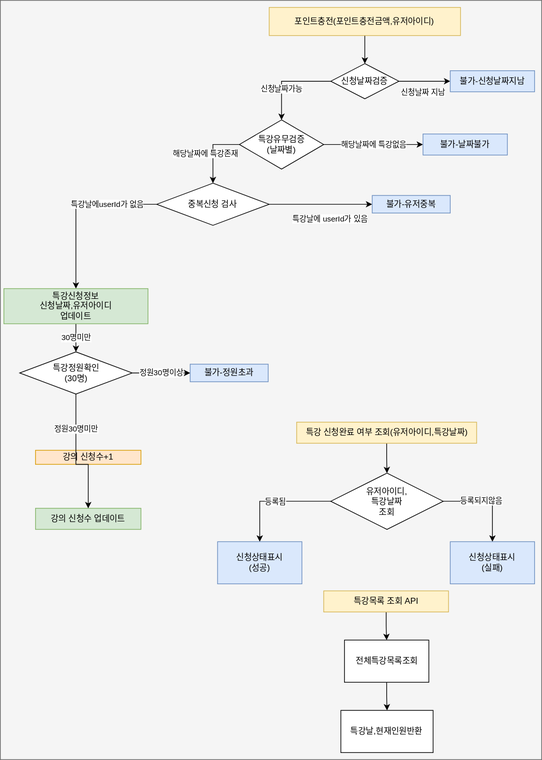
Earlier version of the draw.io export src/main/java/com/cdy/ecommerce/document/diagram/2.service-flow.svg (kabalport/ecommerce). Source tidied: cells renumbered, new cells last; positions are measured from the earlier drawing's top-left corner, leaving out a move shared by most shapes.
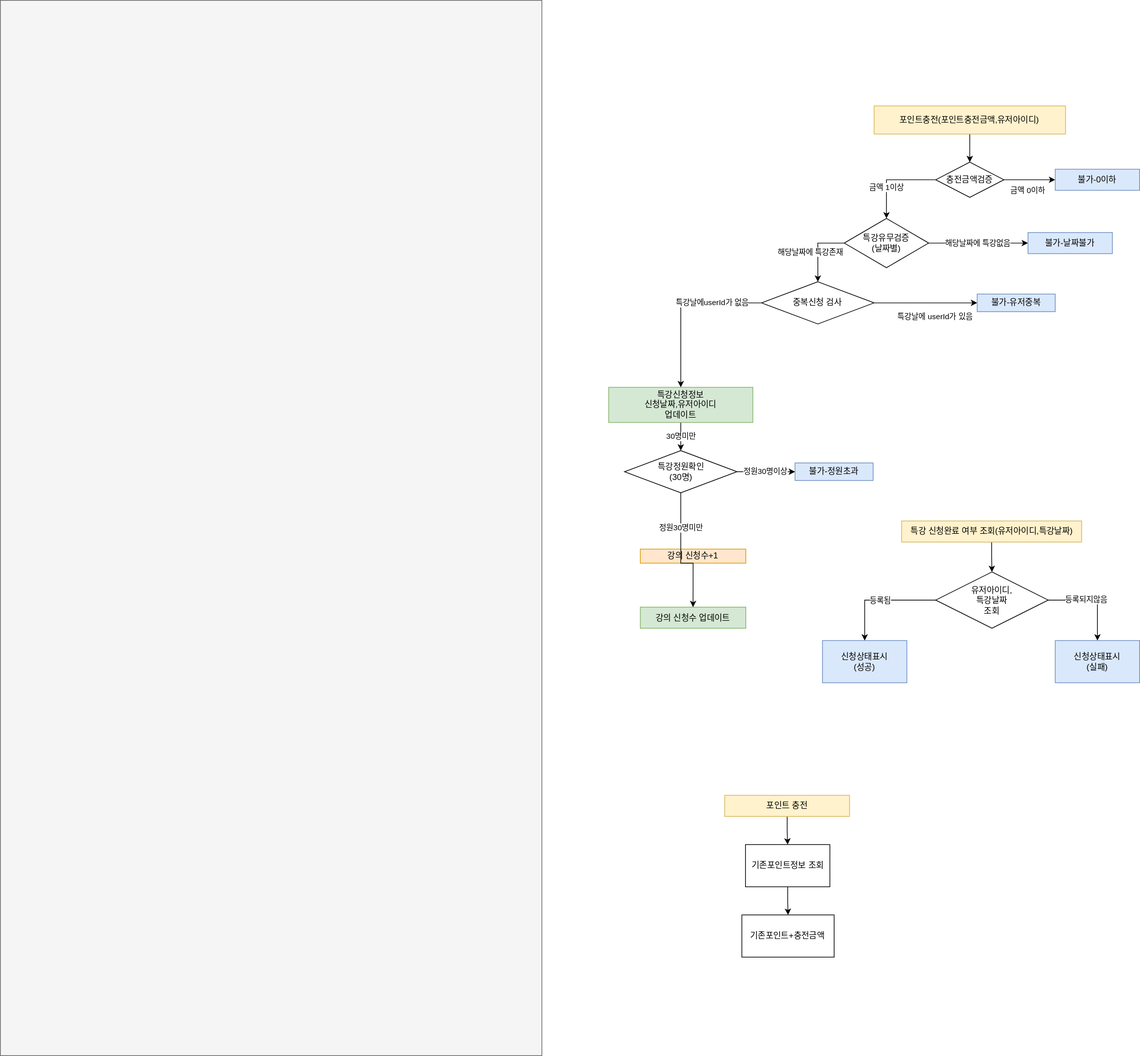
The same diagram one commit later.

The edit, as a diff of the source:
```diff
@@ -3,7 +3,7 @@
     <mxCell id="0" />
     <mxCell id="1" parent="0" />
     <mxCell id="2" style="rounded=0;whiteSpace=wrap;html=1;fillColor=#f5f5f5;strokeColor=#666666;fontColor=#333333;" parent="1" vertex="1">
-      <mxGeometry width="770" height="1080" as="geometry" />
+      <mxGeometry x="-860" y="-140" width="770" height="1500" as="geometry" />
     </mxCell>
     <mxCell id="3" style="edgeStyle=orthogonalEdgeStyle;rounded=0;jettySize=auto;html=1;" parent="1" edge="1" source="4" target="8">
       <mxGeometry relative="1" as="geometry" />
@@ -11,18 +11,18 @@
     <mxCell id="4" value="포인트충전(포인트충전금액,유저아이디)" style="rounded=0;whiteSpace=wrap;html=1;fillColor=#fff2cc;strokeColor=#d6b656;" parent="1" vertex="1">
       <mxGeometry x="382.4" y="10" width="272.1" height="40" as="geometry" />
     </mxCell>
-    <mxCell id="5" value="신청날짜가능" style="edgeStyle=orthogonalEdgeStyle;rounded=0;jettySize=auto;html=1;" parent="1" edge="1" source="8" target="11">
+    <mxCell id="5" value="금액 1이상" style="edgeStyle=orthogonalEdgeStyle;rounded=0;jettySize=auto;html=1;" parent="1" edge="1" source="8" target="11">
       <mxGeometry x="0.29" relative="1" as="geometry" />
     </mxCell>
     <mxCell id="6" style="edgeStyle=orthogonalEdgeStyle;rounded=0;jettySize=auto;html=1;" parent="1" edge="1" source="8" target="12">
       <mxGeometry relative="1" as="geometry" />
     </mxCell>
-    <mxCell id="7" value="신청날짜 지남" style="edgeLabel;html=1;align=center;verticalAlign=middle;" parent="6" vertex="1">
+    <mxCell id="7" value="금액 0이하" style="edgeLabel;html=1;align=center;verticalAlign=middle;" parent="6" vertex="1">
       <mxGeometry x="0.24" y="2" relative="1" as="geometry">
         <mxPoint x="-12" y="17" as="offset" />
       </mxGeometry>
     </mxCell>
-    <mxCell id="8" value="신청날짜검증" style="rhombus;whiteSpace=wrap;html=1;rounded=0;" parent="1" vertex="1">
+    <mxCell id="8" value="충전금액검증" style="rhombus;whiteSpace=wrap;html=1;rounded=0;" parent="1" vertex="1">
       <mxGeometry x="470" y="90" width="97" height="50" as="geometry" />
     </mxCell>
     <mxCell id="9" value="해당날짜에 특강존재" style="edgeStyle=orthogonalEdgeStyle;rounded=0;jettySize=auto;html=1;entryX=0.5;entryY=0;entryDx=0;entryDy=0;exitX=0;exitY=0.5;exitDx=0;exitDy=0;" parent="1" edge="1" source="11" target="29">
@@ -34,7 +34,7 @@
     <mxCell id="11" value="특강유무검증&lt;br&gt;(날짜별)" style="rhombus;whiteSpace=wrap;html=1;rounded=0;" parent="1" vertex="1">
       <mxGeometry x="340" y="170" width="120" height="70" as="geometry" />
     </mxCell>
-    <mxCell id="12" value="불가-신청날짜지남" style="whiteSpace=wrap;html=1;rounded=0;fillColor=#dae8fc;strokeColor=#6c8ebf;" parent="1" vertex="1">
+    <mxCell id="12" value="불가-0이하" style="whiteSpace=wrap;html=1;rounded=0;fillColor=#dae8fc;strokeColor=#6c8ebf;" parent="1" vertex="1">
       <mxGeometry x="640" y="100" width="120" height="30" as="geometry" />
     </mxCell>
     <mxCell id="13" value="불가-날짜불가" style="rounded=0;whiteSpace=wrap;html=1;fillColor=#dae8fc;strokeColor=#6c8ebf;" parent="1" vertex="1">
@@ -102,17 +102,17 @@
     <mxCell id="33" style="edgeStyle=orthogonalEdgeStyle;rounded=0;jettySize=auto;html=1;entryX=0.5;entryY=0;entryDx=0;entryDy=0;" parent="1" edge="1" source="34" target="36">
       <mxGeometry relative="1" as="geometry" />
     </mxCell>
-    <mxCell id="34" value="특강목록 조회 API" style="rounded=0;whiteSpace=wrap;html=1;fillColor=#fff2cc;strokeColor=#d6b656;" parent="1" vertex="1">
-      <mxGeometry x="460" y="840" width="177.5" height="30" as="geometry" />
+    <mxCell id="34" value="포인트 충전" style="rounded=0;whiteSpace=wrap;html=1;fillColor=#fff2cc;strokeColor=#d6b656;" parent="1" vertex="1">
+      <mxGeometry x="170" y="990" width="177.5" height="30" as="geometry" />
     </mxCell>
     <mxCell id="35" style="edgeStyle=orthogonalEdgeStyle;rounded=0;jettySize=auto;html=1;" parent="1" edge="1" source="36" target="37">
       <mxGeometry relative="1" as="geometry" />
     </mxCell>
-    <mxCell id="36" value="전체특강목록조회" style="rounded=0;whiteSpace=wrap;html=1;" parent="1" vertex="1">
-      <mxGeometry x="489.5" y="910" width="120" height="60" as="geometry" />
+    <mxCell id="36" value="기존포인트정보 조회" style="rounded=0;whiteSpace=wrap;html=1;" parent="1" vertex="1">
+      <mxGeometry x="199.5" y="1060" width="120" height="60" as="geometry" />
     </mxCell>
-    <mxCell id="37" value="특강날,현재인원반환" style="rounded=0;whiteSpace=wrap;html=1;" parent="1" vertex="1">
-      <mxGeometry x="484.4" y="1010" width="131.2" height="60" as="geometry" />
+    <mxCell id="37" value="기존포인트+충전금액" style="rounded=0;whiteSpace=wrap;html=1;" parent="1" vertex="1">
+      <mxGeometry x="194.4" y="1160" width="131.2" height="60" as="geometry" />
     </mxCell>
     <mxCell id="38" value="정원30명미만" style="edgeStyle=orthogonalEdgeStyle;rounded=0;jettySize=auto;html=1;entryX=0.5;entryY=0;entryDx=0;entryDy=0;exitX=0.5;exitY=1;exitDx=0;exitDy=0;" parent="1" edge="1" source="40" target="32">
       <mxGeometry x="-0.44" relative="1" as="geometry">
```
